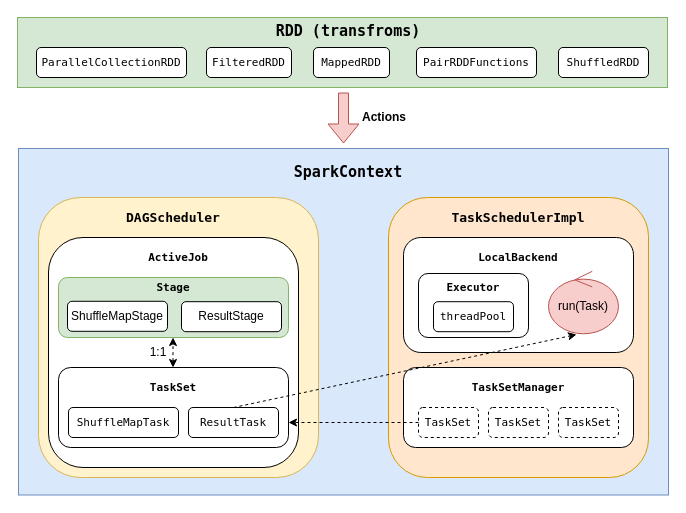
Earlier version of the draw.io diagram page "Local" (1 of 2) of doc/rdd-running-logic.drawio (changzhiwin/spark-core-analysis). Source tidied: cells renumbered, new cells numbered last; positions are measured from the earlier drawing's top-left corner, leaving out a move shared by most shapes. Both pictures are drawn from the tidied source at 100%, with x=0, y=0 at pixel (17, 17).
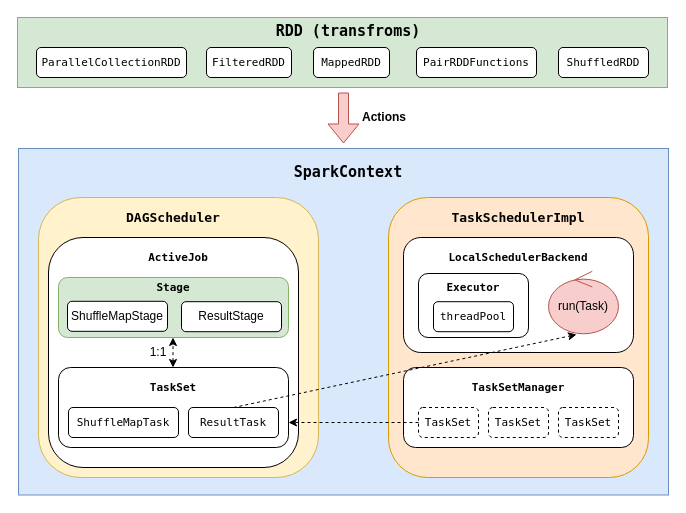
Above is the later version.

Change to the diagram source:
```diff
@@
-    <mxCell id="21" value="&lt;p class=&quot;p1&quot; style=&quot;margin: 0px; font-stretch: normal; font-size: 11px; line-height: normal; font-family: menlo;&quot;&gt;&lt;span class=&quot;s1&quot;&gt;LocalBackend&lt;/span&gt;&lt;/p&gt;" style="text;html=1;strokeColor=none;fillColor=none;align=center;verticalAlign=middle;whiteSpace=wrap;rounded=0;fontStyle=1;" parent="1" vertex="1">
+    <mxCell id="21" value="&lt;p class=&quot;p1&quot; style=&quot;margin: 0px ; font-stretch: normal ; font-size: 11px ; line-height: normal ; font-family: &amp;#34;menlo&amp;#34;&quot;&gt;&lt;span class=&quot;s1&quot;&gt;LocalSchedulerBackend&lt;/span&gt;&lt;/p&gt;" style="text;html=1;strokeColor=none;fillColor=none;align=center;verticalAlign=middle;whiteSpace=wrap;rounded=0;fontStyle=1;" parent="1" vertex="1">
       <mxGeometry x="446" y="230" width="110" height="20" as="geometry" />
     </mxCell>
```
